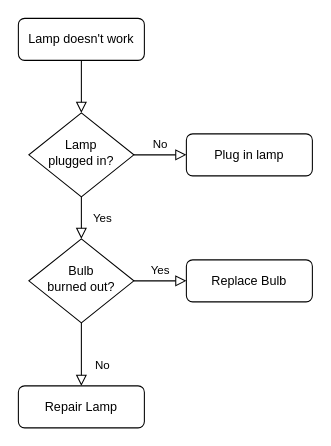
This is Bayesian_HMM.drawio from HanF-C/Notes, a draw.io file, before an edit. Source tidied: cells renumbered, new cells numbered last; positions are measured from the earlier drawing's top-left corner, leaving out a move shared by most shapes. Both pictures are drawn from the tidied source at 105%, with x=0, y=0 at pixel (18, 18).
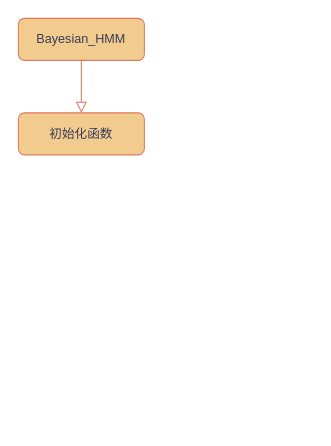
After the change.

What changed in the source:
```diff
@@
 <mxGraphModel>
   <root>
     <mxCell id="0" />
     <mxCell id="1" parent="0" />
-    <mxCell id="2" style="rounded=0;html=1;jettySize=auto;fontSize=11;endArrow=block;endFill=0;endSize=8;strokeWidth=1;shadow=0;labelBackgroundColor=none;edgeStyle=orthogonalEdgeStyle;" parent="1" edge="1" source="3" target="6">
-      <mxGeometry relative="1" as="geometry" />
+    <mxCell id="2" style="rounded=0;html=1;jettySize=auto;fontSize=11;endArrow=block;endFill=0;endSize=8;strokeWidth=1;shadow=0;labelBackgroundColor=none;edgeStyle=orthogonalEdgeStyle;strokeColor=#E07A5F;fontColor=default;" parent="1" edge="1" source="3">
+      <mxGeometry relative="1" as="geometry">
+        <mxPoint x="60" y="90" as="targetPoint" />
+      </mxGeometry>
     </mxCell>
-    <mxCell id="3" value="Lamp doesn't work" style="rounded=1;whiteSpace=wrap;html=1;fontSize=12;glass=0;strokeWidth=1;shadow=0;" parent="1" vertex="1">
+    <mxCell id="3" value="Bayesian_HMM&lt;br&gt;" style="rounded=1;whiteSpace=wrap;html=1;fontSize=12;glass=0;strokeWidth=1;shadow=0;labelBackgroundColor=none;fillColor=#F2CC8F;strokeColor=#E07A5F;fontColor=#393C56;" parent="1" vertex="1">
       <mxGeometry width="120" height="40" as="geometry" />
     </mxCell>
-    <mxCell id="4" value="Yes" style="rounded=0;html=1;jettySize=auto;fontSize=11;endArrow=block;endFill=0;endSize=8;strokeWidth=1;shadow=0;labelBackgroundColor=none;edgeStyle=orthogonalEdgeStyle;" parent="1" edge="1" source="6" target="10">
-      <mxGeometry y="20" relative="1" as="geometry" />
-    </mxCell>
-    <mxCell id="5" value="No" style="edgeStyle=orthogonalEdgeStyle;rounded=0;html=1;jettySize=auto;fontSize=11;endArrow=block;endFill=0;endSize=8;strokeWidth=1;shadow=0;labelBackgroundColor=none;" parent="1" edge="1" source="6" target="7">
-      <mxGeometry y="10" relative="1" as="geometry" />
-    </mxCell>
-    <mxCell id="6" value="Lamp&lt;br&gt;plugged in?" style="rhombus;whiteSpace=wrap;html=1;shadow=0;fontFamily=Helvetica;fontSize=12;align=center;strokeWidth=1;spacing=6;spacingTop=-4;" parent="1" vertex="1">
-      <mxGeometry x="10" y="90" width="100" height="80" as="geometry" />
-    </mxCell>
-    <mxCell id="7" value="Plug in lamp" style="rounded=1;whiteSpace=wrap;html=1;fontSize=12;glass=0;strokeWidth=1;shadow=0;" parent="1" vertex="1">
-      <mxGeometry x="160" y="110" width="120" height="40" as="geometry" />
-    </mxCell>
-    <mxCell id="8" value="No" style="rounded=0;html=1;jettySize=auto;fontSize=11;endArrow=block;endFill=0;endSize=8;strokeWidth=1;shadow=0;labelBackgroundColor=none;edgeStyle=orthogonalEdgeStyle;" parent="1" edge="1" source="10" target="11">
-      <mxGeometry x="0.33" y="20" relative="1" as="geometry" />
-    </mxCell>
-    <mxCell id="9" value="Yes" style="edgeStyle=orthogonalEdgeStyle;rounded=0;html=1;jettySize=auto;fontSize=11;endArrow=block;endFill=0;endSize=8;strokeWidth=1;shadow=0;labelBackgroundColor=none;" parent="1" edge="1" source="10" target="12">
-      <mxGeometry y="10" relative="1" as="geometry" />
-    </mxCell>
-    <mxCell id="10" value="Bulb&lt;br&gt;burned out?" style="rhombus;whiteSpace=wrap;html=1;shadow=0;fontFamily=Helvetica;fontSize=12;align=center;strokeWidth=1;spacing=6;spacingTop=-4;" parent="1" vertex="1">
-      <mxGeometry x="10" y="210" width="100" height="80" as="geometry" />
-    </mxCell>
-    <mxCell id="11" value="Repair Lamp" style="rounded=1;whiteSpace=wrap;html=1;fontSize=12;glass=0;strokeWidth=1;shadow=0;" parent="1" vertex="1">
-      <mxGeometry y="350" width="120" height="40" as="geometry" />
-    </mxCell>
-    <mxCell id="12" value="Replace Bulb" style="rounded=1;whiteSpace=wrap;html=1;fontSize=12;glass=0;strokeWidth=1;shadow=0;" parent="1" vertex="1">
-      <mxGeometry x="160" y="230" width="120" height="40" as="geometry" />
-    </mxCell>
+    <mxCell id="13" value="初始化函数" style="rounded=1;whiteSpace=wrap;html=1;fontSize=12;glass=0;strokeWidth=1;shadow=0;labelBackgroundColor=none;fillColor=#F2CC8F;strokeColor=#E07A5F;fontColor=#393C56;" parent="1" vertex="1">
+      <mxGeometry y="90" width="120" height="40" as="geometry" />
+    </mxCell>
   </root>
 </mxGraphModel>
```
